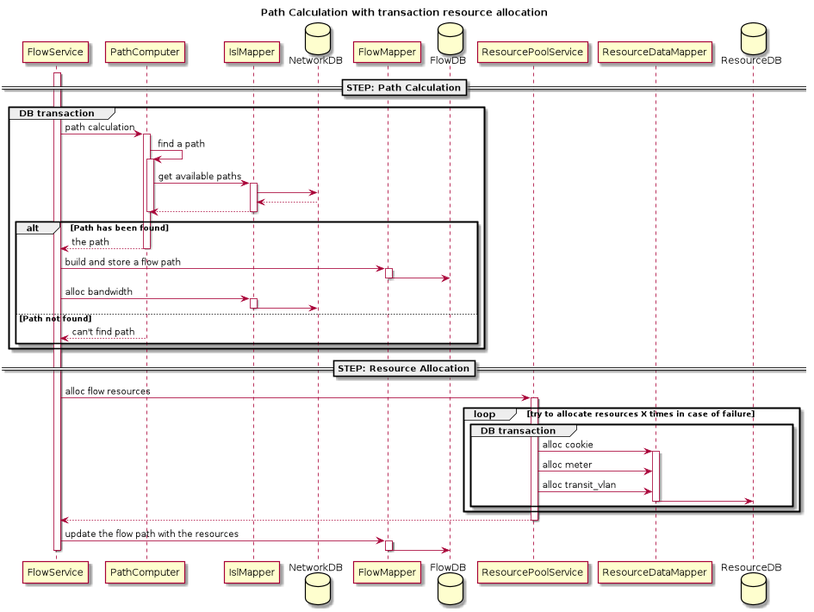
The PlantUML diagram docs/design/domain-model/path-calculation.png in telstra/open-kilda, before a commit.
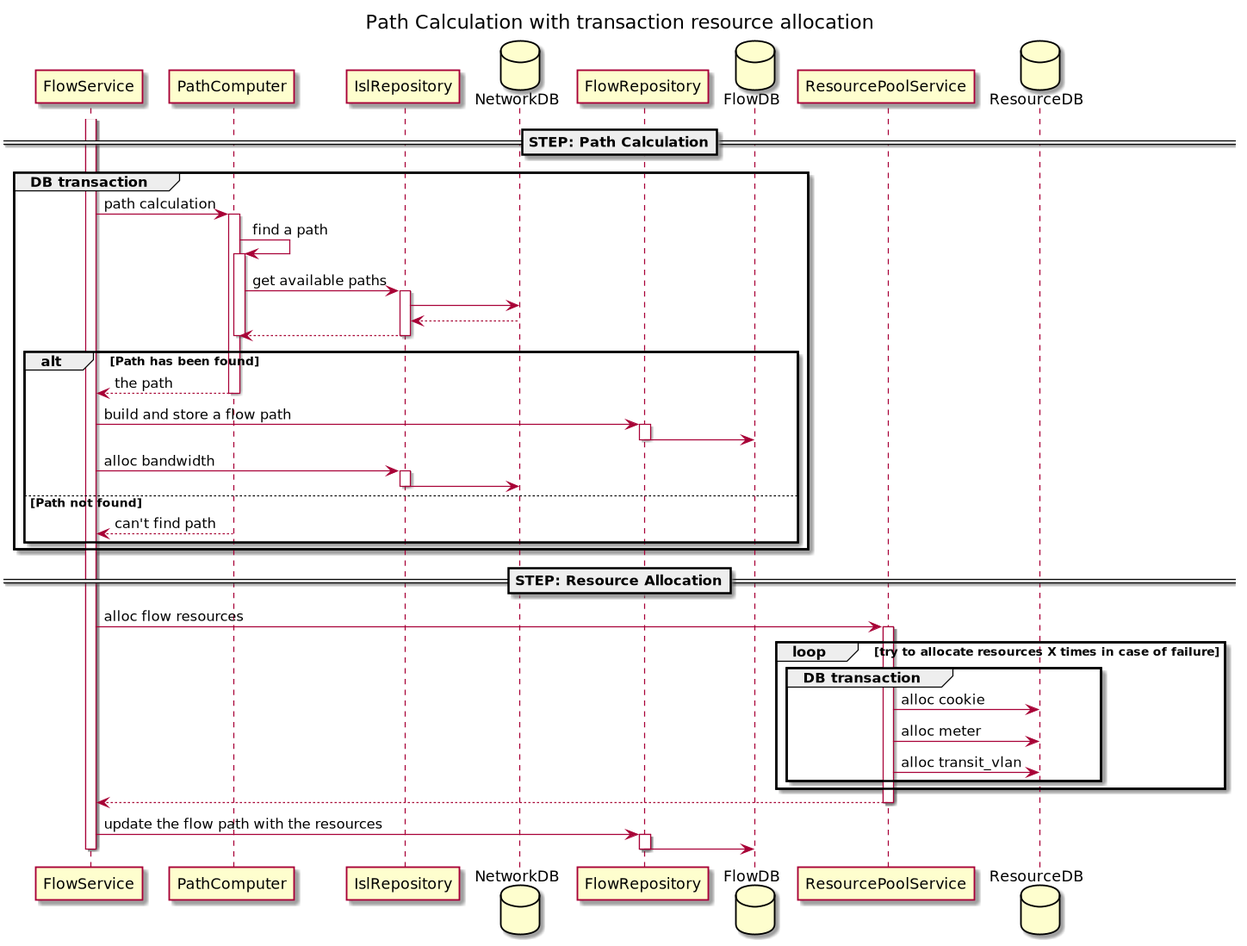
After the change.

Change to the diagram source:
```diff
@@ -3,12 +3,11 @@
 
 participant FlowService
 participant PathComputer
-participant IslMapper
+participant IslRepository
 database NetworkDB
-participant FlowMapper
+participant FlowRepository
 database FlowDB
 participant ResourcePoolService
-participant ResourceDataMapper
 database ResourceDB
 
 
@@ -19,25 +18,25 @@
     activate PathComputer
     PathComputer -> PathComputer : find a path
     activate PathComputer
-    PathComputer -> IslMapper : get available paths
-    activate IslMapper
-    IslMapper -> NetworkDB
-    IslMapper <-- NetworkDB
-    PathComputer <-- IslMapper
-    deactivate IslMapper
+    PathComputer -> IslRepository : get available paths
+    activate IslRepository
+    IslRepository -> NetworkDB
+    IslRepository <-- NetworkDB
+    PathComputer <-- IslRepository
+    deactivate IslRepository
     deactivate PathComputer
     alt Path has been found
         FlowService <-- PathComputer : the path
         deactivate PathComputer
 
-        FlowService -> FlowMapper : build and store a flow path
-        activate FlowMapper
-        FlowMapper -> FlowDB
-        deactivate FlowMapper
-        FlowService -> IslMapper : alloc bandwidth
-        activate IslMapper
-        IslMapper -> NetworkDB
-        deactivate IslMapper
+        FlowService -> FlowRepository : build and store a flow path
+        activate FlowRepository
+        FlowRepository -> FlowDB
+        deactivate FlowRepository
+        FlowService -> IslRepository : alloc bandwidth
+        activate IslRepository
+        IslRepository -> NetworkDB
+        deactivate IslRepository
     else Path not found
         FlowService <-- PathComputer : can't find path
     end
@@ -49,19 +48,16 @@
 activate ResourcePoolService
 loop try to allocate resources X times in case of failure
     group DB transaction
-        ResourcePoolService -> ResourceDataMapper : alloc cookie
-        activate ResourceDataMapper
-        ResourcePoolService -> ResourceDataMapper : alloc meter
-        ResourcePoolService -> ResourceDataMapper : alloc transit_vlan
-        ResourceDataMapper -> ResourceDB
-        deactivate ResourceDataMapper
+        ResourcePoolService -> ResourceDB : alloc cookie
+        ResourcePoolService -> ResourceDB : alloc meter
+        ResourcePoolService -> ResourceDB : alloc transit_vlan
     end
 end
 FlowService <-- ResourcePoolService
 deactivate ResourcePoolService
-FlowService -> FlowMapper : update the flow path with the resources
-activate FlowMapper
-FlowMapper -> FlowDB
-deactivate FlowMapper
+FlowService -> FlowRepository : update the flow path with the resources
+activate FlowRepository
+FlowRepository -> FlowDB
+deactivate FlowRepository
 deactivate FlowService
 @enduml
```
